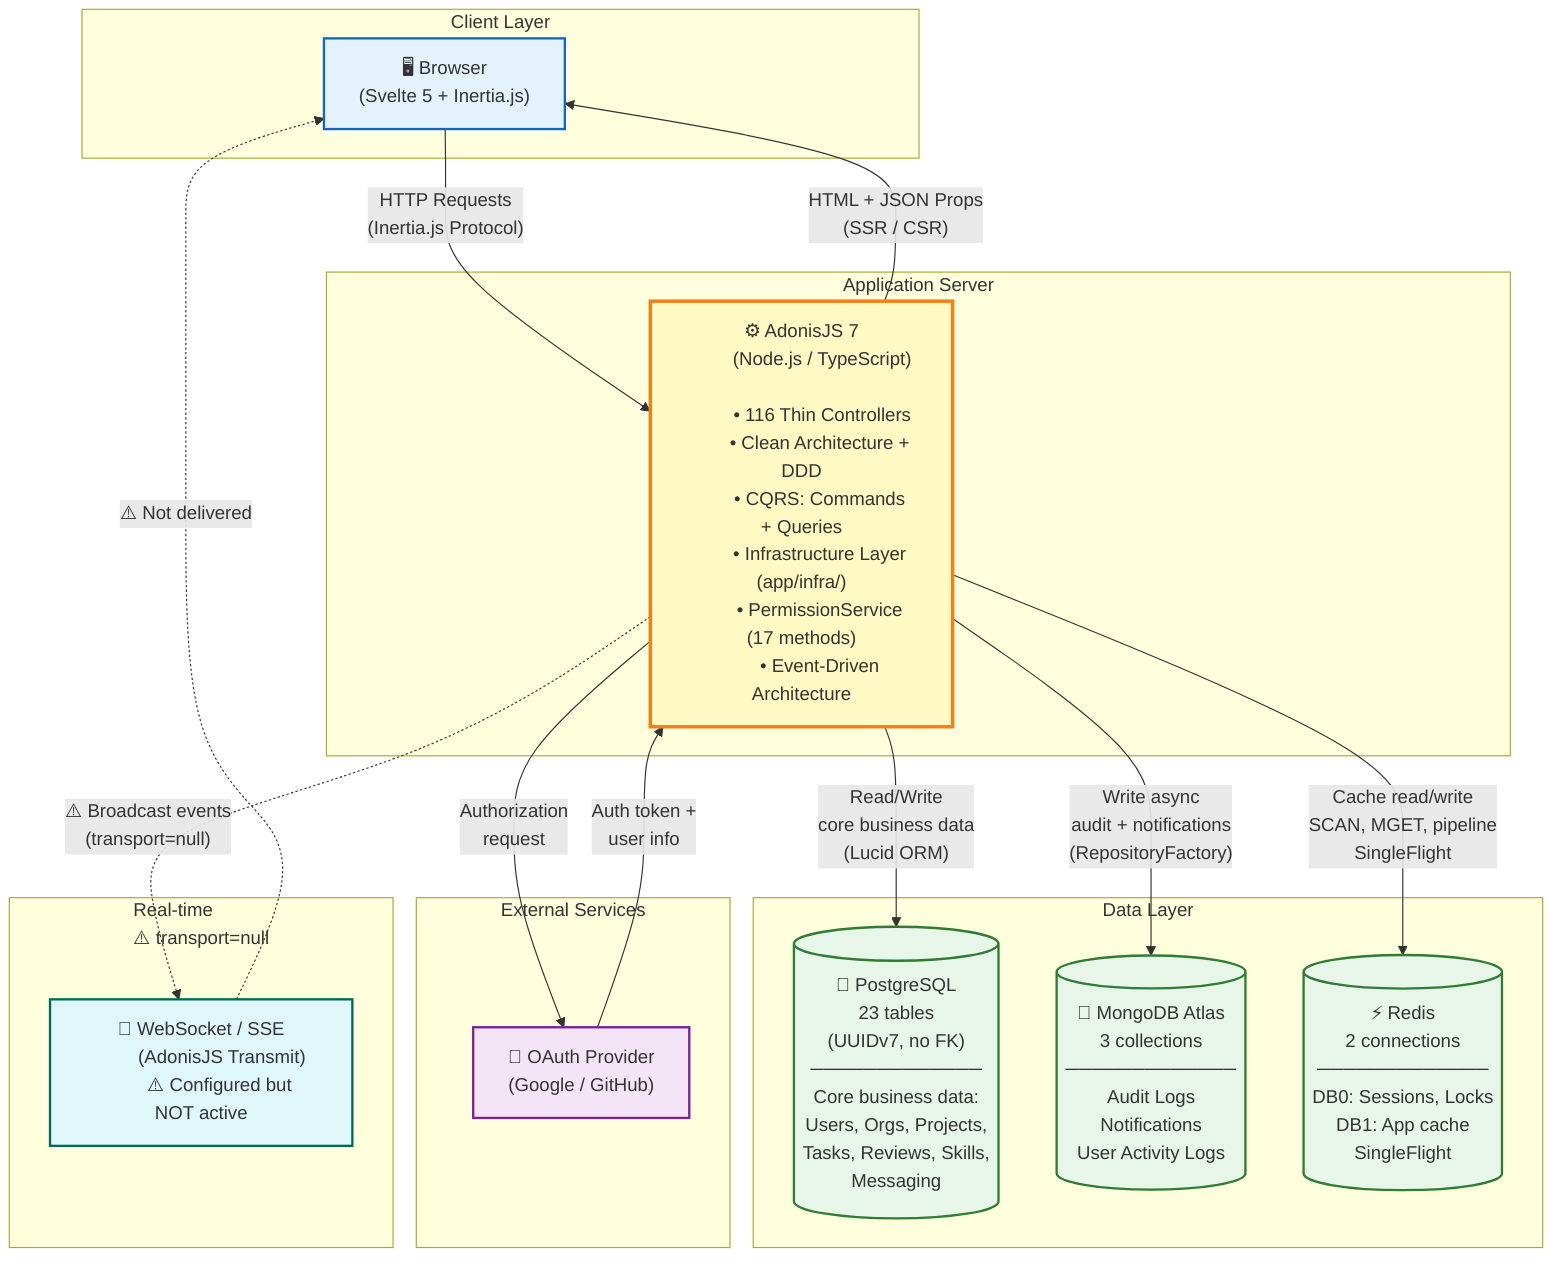
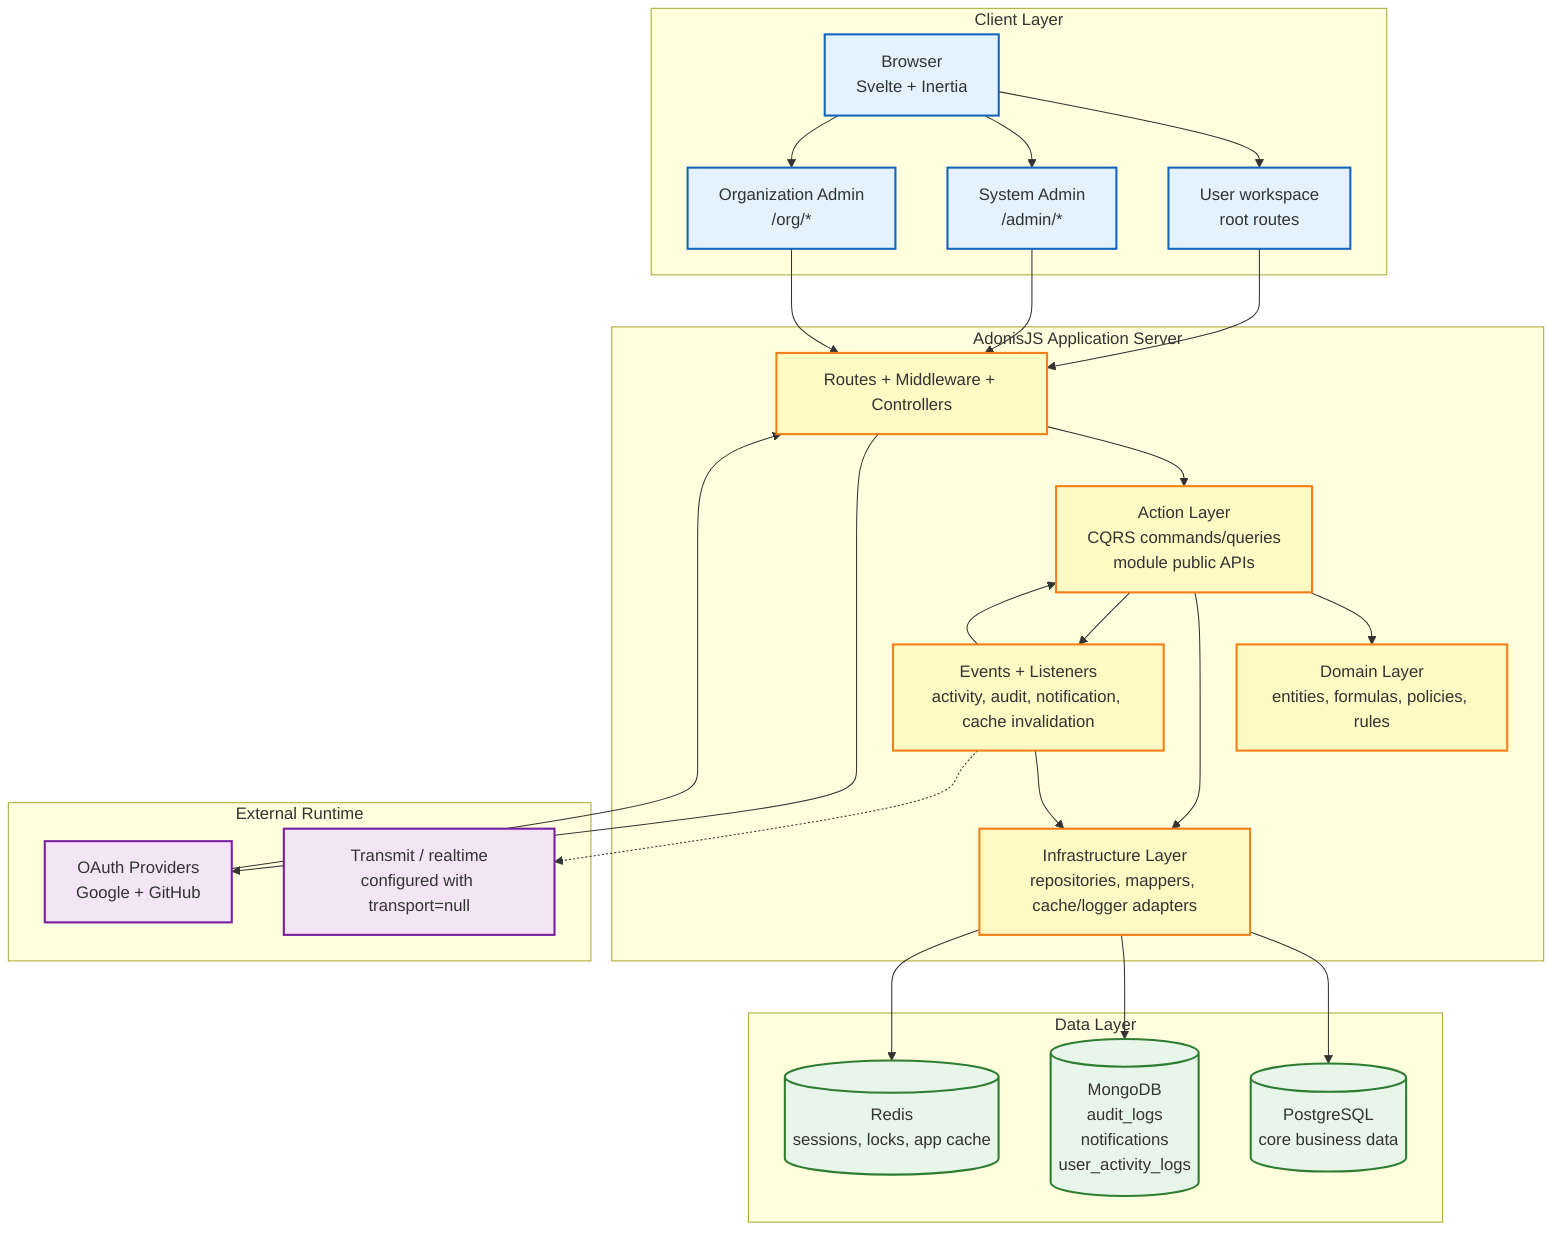
%% Architecture Diagram: System Overview
- %% Cross-referenced with actual backend code 2025
- %% ❌ Removed: Email Service (no mailer/SMTP exists)
- %% ❌ Fixed: Transmit transport=null (realtime not working)
- %% ⚠️ Fixed: 110 → 116 controllers, Clean Architecture + DDD
+ %% Updated 2026-04-29 from current backend refactor context.
+ 
flowchart TD
    subgraph client["Client Layer"]
-         Browser["🖥️ Browser
-         (Svelte 5 + Inertia.js)"]
+         Browser["Browser\nSvelte + Inertia"]
+         UserSurface["User workspace\nroot routes"]
+         AdminSurface["System Admin\n/admin/*"]
+         OrgSurface["Organization Admin\n/org/*"]
    end

-     subgraph server["Application Server"]
-         Adonis["⚙️ AdonisJS 7
-         (Node.js / TypeScript)
- 
-         • 116 Thin Controllers
-         • Clean Architecture + DDD
-         • CQRS: Commands + Queries
-         • Infrastructure Layer (app/infra/)
-         • PermissionService (17 methods)
-         • Event-Driven Architecture"]
+     subgraph server["AdonisJS Application Server"]
+         Http["Routes + Middleware + Controllers"]
+         Actions["Action Layer\nCQRS commands/queries\nmodule public APIs"]
+         Domain["Domain Layer\nentities, formulas, policies, rules"]
+         Infra["Infrastructure Layer\nrepositories, mappers, cache/logger adapters"]
+         Events["Events + Listeners\nactivity, audit, notification, cache invalidation"]
    end

-     subgraph databases["Data Layer"]
-         PG[("🐘 PostgreSQL
-         23 tables
-         (UUIDv7, no FK)
-         ─────────────
-         Core business data:
-         Users, Orgs, Projects,
-         Tasks, Reviews, Skills,
-         Messaging")]
-         Mongo[("🍃 MongoDB Atlas
-         3 collections
-         ─────────────
-         Audit Logs
-         Notifications
-         User Activity Logs")]
-         Redis[("⚡ Redis
-         2 connections
-         ─────────────
-         DB0: Sessions, Locks
-         DB1: App cache
-         SingleFlight")]
+     subgraph data["Data Layer"]
+         PG[("PostgreSQL\ncore business data")]
+         Mongo[("MongoDB\naudit_logs\nnotifications\nuser_activity_logs")]
+         Redis[("Redis\nsessions, locks, app cache")]
    end

-     subgraph external["External Services"]
-         OAuth["🔐 OAuth Provider
-         (Google / GitHub)"]
+     subgraph external["External Runtime"]
+         OAuth["OAuth Providers\nGoogle + GitHub"]
+         Realtime["Transmit / realtime\nconfigured with transport=null"]
    end

-     subgraph realtime["Real-time
-     ⚠️ transport=null"]
-         WS["🔌 WebSocket / SSE
-         (AdonisJS Transmit)
-         ⚠️ Configured but NOT active"]
-     end
+     Browser --> UserSurface
+     Browser --> AdminSurface
+     Browser --> OrgSurface
+     UserSurface --> Http
+     AdminSurface --> Http
+     OrgSurface --> Http

-     %% Client ↔ Server
-     Browser -->|"HTTP Requests
-     (Inertia.js Protocol)"| Adonis
-     Adonis -->|"HTML + JSON Props
-     (SSR / CSR)"| Browser
+     Http --> Actions
+     Actions --> Domain
+     Actions --> Infra
+     Infra --> PG
+     Infra --> Mongo
+     Infra --> Redis

-     %% Server ↔ Real-time (disabled)
-     Adonis -.->|"⚠️ Broadcast events
-     (transport=null)"| WS
-     WS -.->|"⚠️ Not delivered"| Browser
+     Actions --> Events
+     Events --> Actions
+     Events --> Infra
+     Events -.-> Realtime

-     %% Server ↔ Databases
-     Adonis -->|"Read/Write
-     core business data
-     (Lucid ORM)"| PG
-     Adonis -->|"Write async
-     audit + notifications
-     (RepositoryFactory)"| Mongo
-     Adonis -->|"Cache read/write
-     SCAN, MGET, pipeline
-     SingleFlight"| Redis
- 
-     %% Server ↔ External
-     Adonis -->|"Authorization
-     request"| OAuth
-     OAuth -->|"Auth token +
-     user info"| Adonis
+     Http --> OAuth
+     OAuth --> Http

    classDef clientStyle fill:#E3F2FD,stroke:#1565C0,color:#333,stroke-width:2px
-     classDef serverStyle fill:#FFF9C4,stroke:#F57F17,color:#333,stroke-width:3px
-     classDef dbStyle fill:#E8F5E9,stroke:#2E7D32,color:#333,stroke-width:2px
+     classDef serverStyle fill:#FFF9C4,stroke:#F57F17,color:#333,stroke-width:2px
+     classDef dataStyle fill:#E8F5E9,stroke:#2E7D32,color:#333,stroke-width:2px
    classDef extStyle fill:#F3E5F5,stroke:#7B1FA2,color:#333,stroke-width:2px
-     classDef rtStyle fill:#E0F7FA,stroke:#00695C,color:#333,stroke-width:2px
-     class Browser clientStyle
-     class Adonis serverStyle
-     class PG,Mongo,Redis dbStyle
-     class OAuth extStyle
-     class WS rtStyle
- 
- 
+     class Browser,UserSurface,AdminSurface,OrgSurface clientStyle
+     class Http,Actions,Domain,Infra,Events serverStyle
+     class PG,Mongo,Redis dataStyle
+     class OAuth,Realtime extStyle
